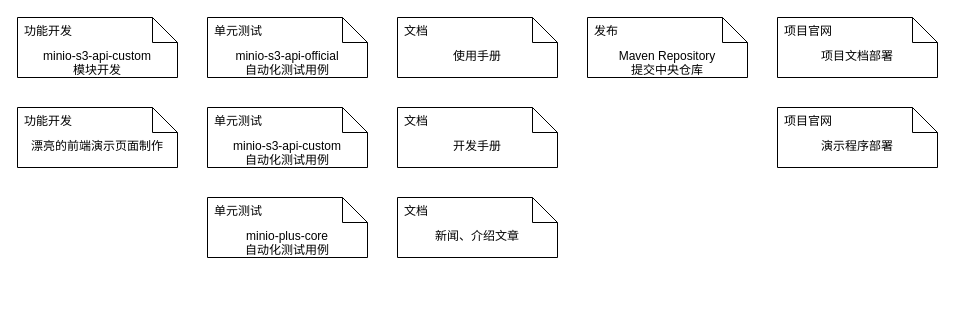
Earlier version of the draw.io diagram page "开发计划" (7 of 7) of doc/minio-plus.drawio (lxp135/minio-plus). Source tidied: cells renumbered, new cells numbered last; positions are measured from the earlier drawing's top-left corner, leaving out a move shared by most shapes. Both pictures are drawn from the tidied source at 100%, with x=0, y=0 at pixel (17, 17).
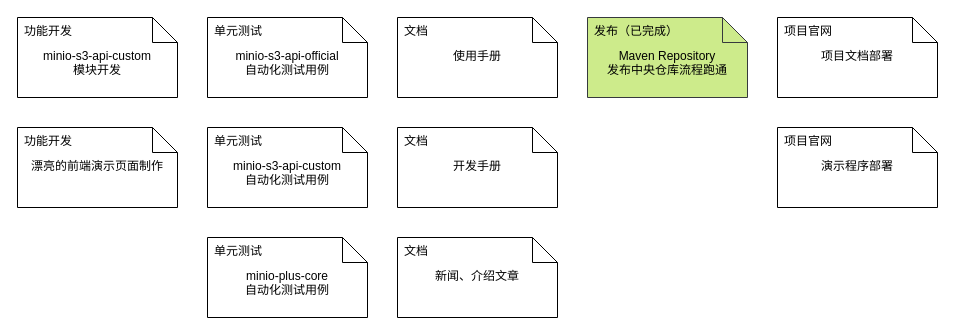
After the change.

Diff of the diagram source:
```diff
@@
     <mxCell id="2" value="minio-s3-api-official &lt;br&gt;自动化测试用例" style="shape=note2;boundedLbl=1;whiteSpace=wrap;html=1;size=25;verticalAlign=top;align=center;" parent="1" vertex="1">
-      <mxGeometry x="190" width="160" height="60" as="geometry" />
+      <mxGeometry x="190" width="160" height="80" as="geometry" />
     </mxCell>
@@
     <mxCell id="4" value="项目文档部署" style="shape=note2;boundedLbl=1;whiteSpace=wrap;html=1;size=25;verticalAlign=top;align=center;" parent="1" vertex="1">
-      <mxGeometry x="760" width="160" height="60" as="geometry" />
+      <mxGeometry x="760" width="160" height="80" as="geometry" />
     </mxCell>
@@
     <mxCell id="6" value="演示程序部署" style="shape=note2;boundedLbl=1;whiteSpace=wrap;html=1;size=25;verticalAlign=top;align=center;" parent="1" vertex="1">
-      <mxGeometry x="760" y="90" width="160" height="60" as="geometry" />
+      <mxGeometry x="760" y="110" width="160" height="80" as="geometry" />
     </mxCell>
@@
-    <mxCell id="8" value="Maven Repository&lt;br&gt;提交中央仓库" style="shape=note2;boundedLbl=1;whiteSpace=wrap;html=1;size=25;verticalAlign=top;align=center;" parent="1" vertex="1">
-      <mxGeometry x="570" width="160" height="60" as="geometry" />
+    <mxCell id="8" value="Maven Repository&lt;br&gt;发布中央仓库流程跑通" style="shape=note2;boundedLbl=1;whiteSpace=wrap;html=1;size=25;verticalAlign=top;align=center;fillColor=#cdeb8b;strokeColor=#36393d;" parent="1" vertex="1">
+      <mxGeometry x="570" width="160" height="80" as="geometry" />
     </mxCell>
-    <mxCell id="9" value="发布" style="strokeColor=none;fillColor=none;align=left;spacingLeft=5;" parent="8" vertex="1">
+    <mxCell id="9" value="发布（已完成）" style="strokeColor=none;fillColor=none;align=left;spacingLeft=5;" parent="8" vertex="1">
       <mxGeometry width="160" height="25" relative="1" as="geometry" />
     </mxCell>
     <mxCell id="10" value="minio-s3-api-custom&lt;br&gt;模块开发" style="shape=note2;boundedLbl=1;whiteSpace=wrap;html=1;size=25;verticalAlign=top;align=center;" parent="1" vertex="1">
-      <mxGeometry width="160" height="60" as="geometry" />
+      <mxGeometry width="160" height="80" as="geometry" />
     </mxCell>
@@
     <mxCell id="12" value="minio-s3-api-custom&lt;br&gt;自动化测试用例" style="shape=note2;boundedLbl=1;whiteSpace=wrap;html=1;size=25;verticalAlign=top;align=center;" parent="1" vertex="1">
-      <mxGeometry x="190" y="90" width="160" height="60" as="geometry" />
+      <mxGeometry x="190" y="110" width="160" height="80" as="geometry" />
     </mxCell>
@@
     <mxCell id="14" value="minio-plus-core&lt;br&gt;自动化测试用例" style="shape=note2;boundedLbl=1;whiteSpace=wrap;html=1;size=25;verticalAlign=top;align=center;" parent="1" vertex="1">
-      <mxGeometry x="190" y="180" width="160" height="60" as="geometry" />
+      <mxGeometry x="190" y="220" width="160" height="80" as="geometry" />
     </mxCell>
@@
     <mxCell id="16" value="使用手册" style="shape=note2;boundedLbl=1;whiteSpace=wrap;html=1;size=25;verticalAlign=top;align=center;" parent="1" vertex="1">
-      <mxGeometry x="380" width="160" height="60" as="geometry" />
+      <mxGeometry x="380" width="160" height="80" as="geometry" />
     </mxCell>
@@
     <mxCell id="18" value="开发手册" style="shape=note2;boundedLbl=1;whiteSpace=wrap;html=1;size=25;verticalAlign=top;align=center;" parent="1" vertex="1">
-      <mxGeometry x="380" y="90" width="160" height="60" as="geometry" />
+      <mxGeometry x="380" y="110" width="160" height="80" as="geometry" />
     </mxCell>
@@
     <mxCell id="20" value="新闻、介绍文章" style="shape=note2;boundedLbl=1;whiteSpace=wrap;html=1;size=25;verticalAlign=top;align=center;" parent="1" vertex="1">
-      <mxGeometry x="380" y="180" width="160" height="60" as="geometry" />
+      <mxGeometry x="380" y="220" width="160" height="80" as="geometry" />
     </mxCell>
@@
     <mxCell id="22" value="漂亮的前端演示页面制作" style="shape=note2;boundedLbl=1;whiteSpace=wrap;html=1;size=25;verticalAlign=top;align=center;" parent="1" vertex="1">
-      <mxGeometry y="90" width="160" height="60" as="geometry" />
+      <mxGeometry y="110" width="160" height="80" as="geometry" />
     </mxCell>
```
